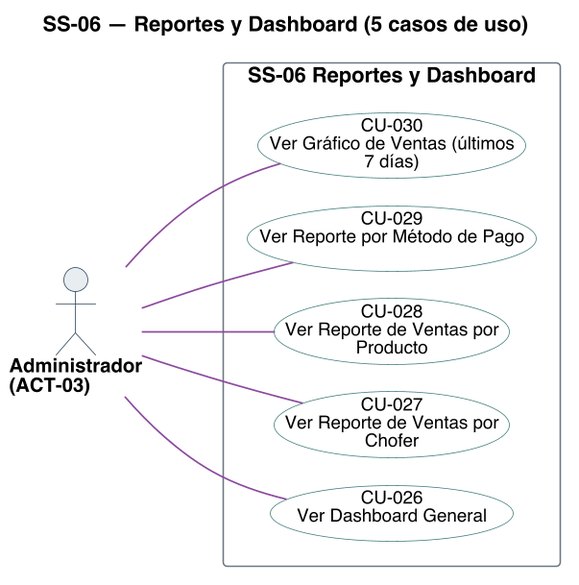
Earlier version of the PlantUML export diagramas/uml/CU_SS-06_Reportes-Y-Dashboard.png (Nahuelito-Dev/splg-docs).
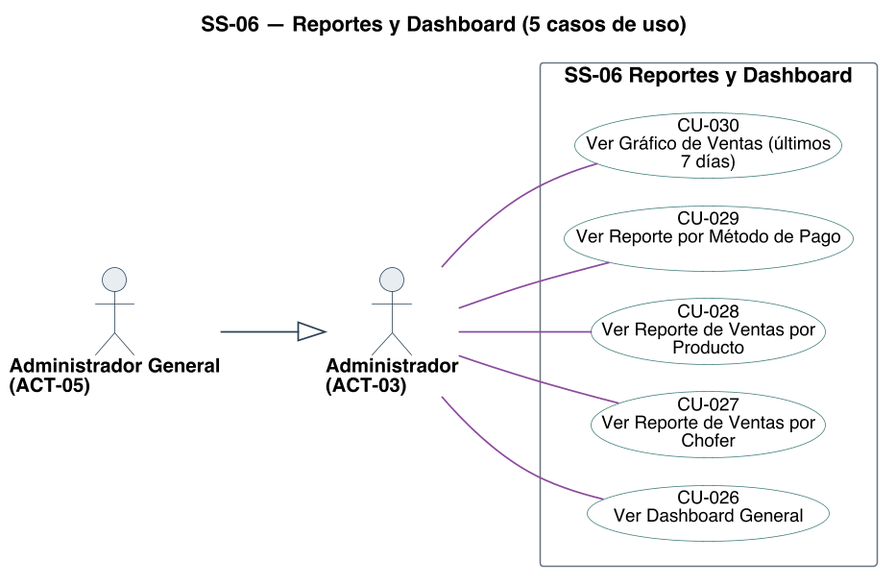
The same diagram one commit later.

Change to the diagram source:
```diff
@@ -28,13 +28,14 @@
 skinparam nodesep 18
 skinparam ranksep 70
 skinparam usecase {
-  BorderColor<<pendiente>> #9C4436
-  BackgroundColor<<pendiente>> #F6E4E1
+  BorderColor<<planificado>> #9C4436
+  BackgroundColor<<planificado>> #F6E4E1
   BorderColor<<factorizado>> #6B7683
   BackgroundColor<<factorizado>> #F2F4F6
 }
 
 actor "Administrador\n(ACT-03)" as A03
+actor "Administrador General\n(ACT-05)" as A05
 
 rectangle "SS-06 Reportes y Dashboard" {
   usecase "CU-026\nVer Dashboard General" as U026 #back:FFFFFF;line:3E7C79
@@ -49,5 +50,6 @@
 A03 -[#8C4A9E]- U028
 A03 -[#8C4A9E]- U029
 A03 -[#8C4A9E]- U030
+A05 --|> A03
 
 @enduml
```
